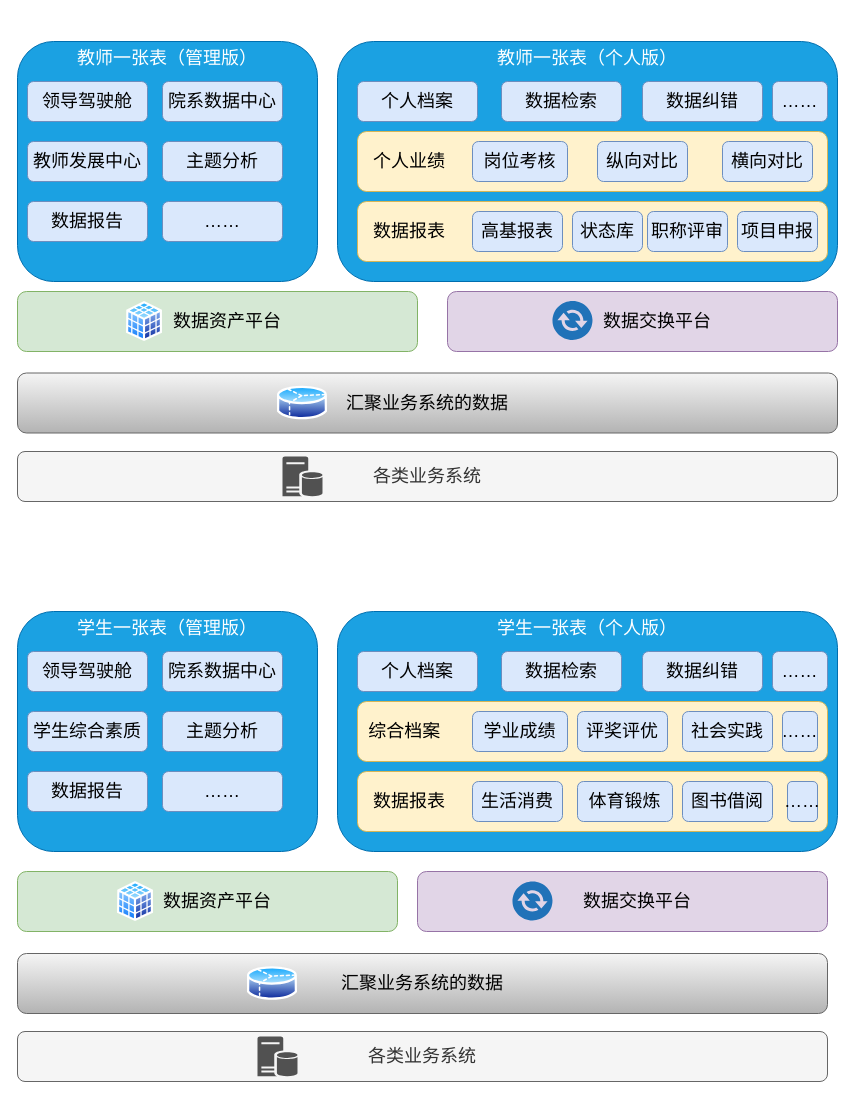
This is 师生一张表.drawio from redcomet88/DRAW, a draw.io file, before an edit. Source tidied: cells renumbered, new cells numbered last; positions are measured from the earlier drawing's top-left corner, leaving out a move shared by most shapes. Both pictures are drawn from the tidied source at 100%, with x=0, y=0 at pixel (17, 41).
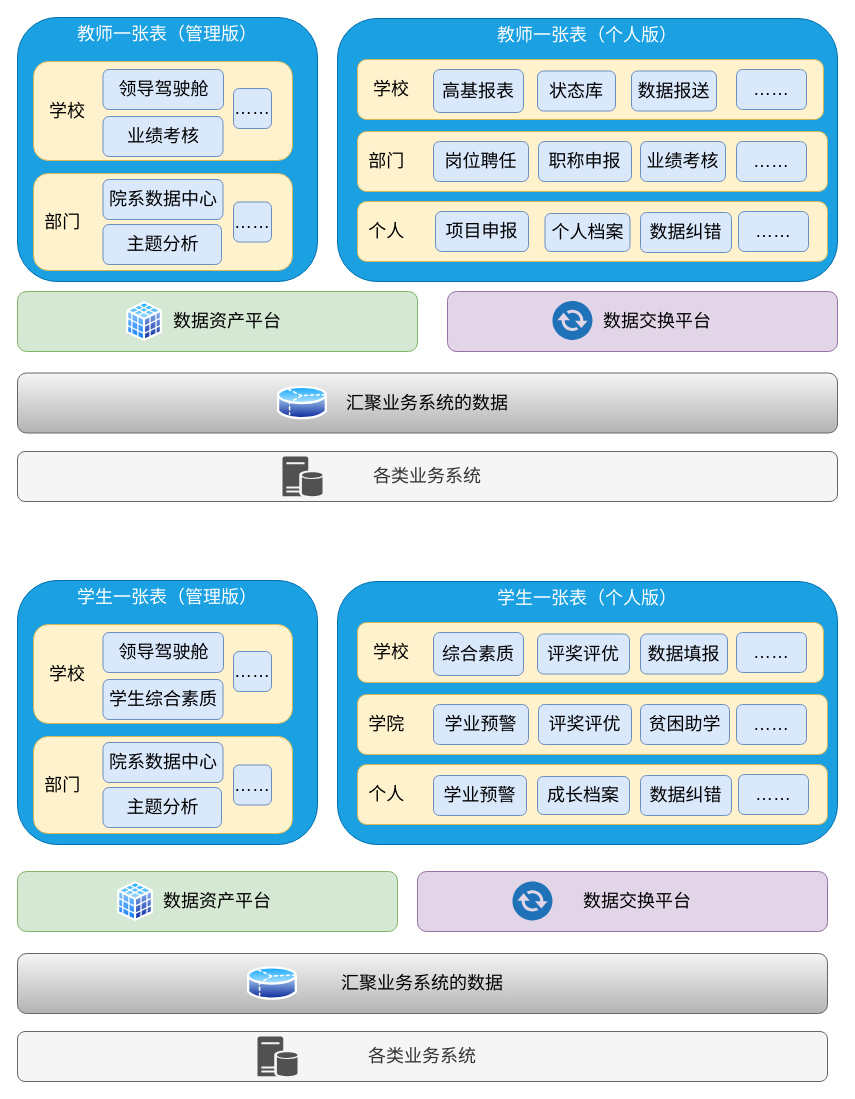
The same diagram, later.

Commit message:
Update 师生一张表.drawio

The edit, as a diff of the source:
```diff
@@
     <mxCell id="6" value="教师一张表（个人版）" style="rounded=1;whiteSpace=wrap;html=1;fillColor=#1ba1e2;strokeColor=#006EAF;fontSize=18;verticalAlign=top;fontColor=#ffffff;" parent="1" vertex="1">
-      <mxGeometry x="320" width="500" height="240" as="geometry" />
+      <mxGeometry x="320" y="-23" width="500" height="263" as="geometry" />
     </mxCell>
@@
-    <mxCell id="9" value="数据纠错" style="rounded=1;whiteSpace=wrap;html=1;fontSize=18;fillColor=#dae8fc;strokeColor=#6c8ebf;" parent="1" vertex="1">
-      <mxGeometry x="625" y="40" width="120" height="40" as="geometry" />
-    </mxCell>
@@
-    <mxCell id="12" value="个人档案" style="rounded=1;whiteSpace=wrap;html=1;fontSize=18;fillColor=#dae8fc;strokeColor=#6c8ebf;" parent="1" vertex="1">
-      <mxGeometry x="340" y="40" width="120" height="40" as="geometry" />
-    </mxCell>
-    <mxCell id="13" value="数据检索" style="rounded=1;whiteSpace=wrap;html=1;fontSize=18;fillColor=#dae8fc;strokeColor=#6c8ebf;" parent="1" vertex="1">
-      <mxGeometry x="484" y="40" width="120" height="40" as="geometry" />
-    </mxCell>
@@
     <mxCell id="22" value="教师一张表（管理版）" style="rounded=1;whiteSpace=wrap;html=1;fillColor=#1ba1e2;strokeColor=#006EAF;fontSize=18;verticalAlign=top;fontColor=#ffffff;" parent="1" vertex="1">
-      <mxGeometry width="300" height="240" as="geometry" />
+      <mxGeometry y="-24" width="300" height="264" as="geometry" />
     </mxCell>
-    <mxCell id="23" value="&lt;font face=&quot;Georgia&quot;&gt;&amp;nbsp; &amp;nbsp;数据报表&lt;/font&gt;" style="rounded=1;whiteSpace=wrap;html=1;fontSize=18;align=left;fillColor=#fff2cc;strokeColor=#d6b656;" parent="1" vertex="1">
+    <mxCell id="23" value="&lt;font face=&quot;Georgia&quot;&gt;&amp;nbsp; 个人&lt;/font&gt;" style="rounded=1;whiteSpace=wrap;html=1;fontSize=18;align=left;fillColor=#fff2cc;strokeColor=#d6b656;" parent="1" vertex="1">
       <mxGeometry x="340" y="160" width="470" height="60" as="geometry" />
     </mxCell>
-    <mxCell id="24" value="高基报表" style="rounded=1;whiteSpace=wrap;html=1;fontSize=18;fillColor=#dae8fc;strokeColor=#6c8ebf;" parent="1" vertex="1">
-      <mxGeometry x="455" y="170" width="90" height="40" as="geometry" />
-    </mxCell>
-    <mxCell id="25" value="状态库" style="rounded=1;whiteSpace=wrap;html=1;fontSize=18;fillColor=#dae8fc;strokeColor=#6c8ebf;" parent="1" vertex="1">
-      <mxGeometry x="555" y="170" width="70" height="40" as="geometry" />
-    </mxCell>
-    <mxCell id="26" value="职称评审" style="rounded=1;whiteSpace=wrap;html=1;fontSize=18;fillColor=#dae8fc;strokeColor=#6c8ebf;" parent="1" vertex="1">
-      <mxGeometry x="630" y="170" width="80" height="40" as="geometry" />
-    </mxCell>
     <mxCell id="27" value="项目申报" style="rounded=1;whiteSpace=wrap;html=1;fontSize=18;fillColor=#dae8fc;strokeColor=#6c8ebf;" parent="1" vertex="1">
-      <mxGeometry x="720" y="170" width="80" height="40" as="geometry" />
+      <mxGeometry x="418" y="170" width="93" height="40" as="geometry" />
     </mxCell>
-    <mxCell id="28" value="&lt;font face=&quot;Georgia&quot;&gt;&amp;nbsp; &amp;nbsp;个人业绩&lt;/font&gt;" style="rounded=1;whiteSpace=wrap;html=1;fontSize=18;align=left;fillColor=#fff2cc;strokeColor=#d6b656;" parent="1" vertex="1">
+    <mxCell id="28" value="&lt;font face=&quot;Georgia&quot;&gt;&amp;nbsp; 部门&lt;/font&gt;" style="rounded=1;whiteSpace=wrap;html=1;fontSize=18;align=left;fillColor=#fff2cc;strokeColor=#d6b656;" parent="1" vertex="1">
       <mxGeometry x="340" y="90" width="470" height="60" as="geometry" />
     </mxCell>
-    <mxCell id="29" value="岗位考核" style="rounded=1;whiteSpace=wrap;html=1;fontSize=18;fillColor=#dae8fc;strokeColor=#6c8ebf;" parent="1" vertex="1">
-      <mxGeometry x="455" y="100" width="95" height="40" as="geometry" />
+    <mxCell id="29" value="岗位聘任" style="rounded=1;whiteSpace=wrap;html=1;fontSize=18;fillColor=#dae8fc;strokeColor=#6c8ebf;" parent="1" vertex="1">
+      <mxGeometry x="416" y="100" width="95" height="40" as="geometry" />
     </mxCell>
-    <mxCell id="30" value="纵向对比" style="rounded=1;whiteSpace=wrap;html=1;fontSize=18;fillColor=#dae8fc;strokeColor=#6c8ebf;" parent="1" vertex="1">
-      <mxGeometry x="580" y="100" width="90" height="40" as="geometry" />
-    </mxCell>
-    <mxCell id="31" value="横向对比" style="rounded=1;whiteSpace=wrap;html=1;fontSize=18;fillColor=#dae8fc;strokeColor=#6c8ebf;" parent="1" vertex="1">
-      <mxGeometry x="705" y="100" width="90" height="40" as="geometry" />
-    </mxCell>
-    <mxCell id="32" value="……" style="rounded=1;whiteSpace=wrap;html=1;fontSize=18;fillColor=#dae8fc;strokeColor=#6c8ebf;" parent="1" vertex="1">
-      <mxGeometry x="755" y="40" width="55" height="40" as="geometry" />
-    </mxCell>
-    <mxCell id="33" value="领导驾驶舱" style="rounded=1;whiteSpace=wrap;html=1;fontSize=18;fillColor=#dae8fc;strokeColor=#6c8ebf;" parent="1" vertex="1">
-      <mxGeometry x="10" y="40" width="120" height="40" as="geometry" />
-    </mxCell>
-    <mxCell id="34" value="院系数据中心" style="rounded=1;whiteSpace=wrap;html=1;fontSize=18;fillColor=#dae8fc;strokeColor=#6c8ebf;" parent="1" vertex="1">
-      <mxGeometry x="145" y="40" width="120" height="40" as="geometry" />
-    </mxCell>
-    <mxCell id="35" value="教师发展中心" style="rounded=1;whiteSpace=wrap;html=1;fontSize=18;fillColor=#dae8fc;strokeColor=#6c8ebf;" parent="1" vertex="1">
-      <mxGeometry x="10" y="100" width="120" height="40" as="geometry" />
-    </mxCell>
-    <mxCell id="36" value="主题分析" style="rounded=1;whiteSpace=wrap;html=1;fontSize=18;fillColor=#dae8fc;strokeColor=#6c8ebf;" parent="1" vertex="1">
-      <mxGeometry x="145" y="100" width="120" height="40" as="geometry" />
-    </mxCell>
-    <mxCell id="37" value="数据报告" style="rounded=1;whiteSpace=wrap;html=1;fontSize=18;fillColor=#dae8fc;strokeColor=#6c8ebf;" parent="1" vertex="1">
-      <mxGeometry x="10" y="160" width="120" height="40" as="geometry" />
-    </mxCell>
-    <mxCell id="38" value="……" style="rounded=1;whiteSpace=wrap;html=1;fontSize=18;fillColor=#dae8fc;strokeColor=#6c8ebf;" parent="1" vertex="1">
-      <mxGeometry x="145" y="160" width="120" height="40" as="geometry" />
-    </mxCell>
+    <mxCell id="61" value="&lt;font face=&quot;Georgia&quot;&gt;&amp;nbsp; &amp;nbsp;学校&lt;/font&gt;" style="rounded=1;whiteSpace=wrap;html=1;fontSize=18;align=left;fillColor=#fff2cc;strokeColor=#d6b656;" parent="1" vertex="1">
+      <mxGeometry x="340" y="18" width="466" height="60" as="geometry" />
+    </mxCell>
+    <mxCell id="62" value="&lt;font face=&quot;Georgia&quot;&gt;&amp;nbsp; &amp;nbsp;学校&lt;/font&gt;" style="rounded=1;whiteSpace=wrap;html=1;fontSize=18;align=left;fillColor=#fff2cc;strokeColor=#d6b656;" parent="1" vertex="1">
+      <mxGeometry x="16" y="20" width="259" height="99" as="geometry" />
+    </mxCell>
+    <mxCell id="63" value="&lt;font face=&quot;Georgia&quot;&gt;&amp;nbsp; 部门&lt;/font&gt;" style="rounded=1;whiteSpace=wrap;html=1;fontSize=18;align=left;fillColor=#fff2cc;strokeColor=#d6b656;" parent="1" vertex="1">
+      <mxGeometry x="16" y="132" width="259" height="97" as="geometry" />
+    </mxCell>
+    <mxCell id="24" value="高基报表" style="rounded=1;whiteSpace=wrap;html=1;fontSize=18;fillColor=#dae8fc;strokeColor=#6c8ebf;" parent="1" vertex="1">
+      <mxGeometry x="416" y="28" width="90" height="43" as="geometry" />
+    </mxCell>
+    <mxCell id="25" value="状态库" style="rounded=1;whiteSpace=wrap;html=1;fontSize=18;fillColor=#dae8fc;strokeColor=#6c8ebf;" parent="1" vertex="1">
+      <mxGeometry x="520" y="29.5" width="78" height="40" as="geometry" />
+    </mxCell>
+    <mxCell id="64" value="数据报送" style="rounded=1;whiteSpace=wrap;html=1;fontSize=18;fillColor=#dae8fc;strokeColor=#6c8ebf;" parent="1" vertex="1">
+      <mxGeometry x="614" y="29.5" width="85" height="40" as="geometry" />
+    </mxCell>
+    <mxCell id="65" value="个人档案" style="rounded=1;whiteSpace=wrap;html=1;fontSize=18;fillColor=#dae8fc;strokeColor=#6c8ebf;" parent="1" vertex="1">
+      <mxGeometry x="527.5" y="172" width="85" height="38" as="geometry" />
+    </mxCell>
+    <mxCell id="66" value="院系数据中心" style="rounded=1;whiteSpace=wrap;html=1;fontSize=18;fillColor=#dae8fc;strokeColor=#6c8ebf;" parent="1" vertex="1">
+      <mxGeometry x="85.5" y="138" width="120" height="40" as="geometry" />
+    </mxCell>
+    <mxCell id="67" value="职称申报" style="rounded=1;whiteSpace=wrap;html=1;fontSize=18;fillColor=#dae8fc;strokeColor=#6c8ebf;" parent="1" vertex="1">
+      <mxGeometry x="521" y="100" width="93" height="40" as="geometry" />
+    </mxCell>
+    <mxCell id="68" value="数据纠错" style="rounded=1;whiteSpace=wrap;html=1;fontSize=18;fillColor=#dae8fc;strokeColor=#6c8ebf;" parent="1" vertex="1">
+      <mxGeometry x="623" y="171" width="91" height="40" as="geometry" />
+    </mxCell>
+    <mxCell id="69" value="业绩考核" style="rounded=1;whiteSpace=wrap;html=1;fontSize=18;fillColor=#dae8fc;strokeColor=#6c8ebf;" parent="1" vertex="1">
+      <mxGeometry x="623" y="100" width="85" height="40" as="geometry" />
+    </mxCell>
+    <mxCell id="70" value="……" style="rounded=1;whiteSpace=wrap;html=1;fontSize=18;fillColor=#dae8fc;strokeColor=#6c8ebf;" parent="1" vertex="1">
+      <mxGeometry x="719" y="28" width="70" height="40" as="geometry" />
+    </mxCell>
+    <mxCell id="71" value="……" style="rounded=1;whiteSpace=wrap;html=1;fontSize=18;fillColor=#dae8fc;strokeColor=#6c8ebf;" parent="1" vertex="1">
+      <mxGeometry x="719" y="100" width="70" height="40" as="geometry" />
+    </mxCell>
+    <mxCell id="72" value="……" style="rounded=1;whiteSpace=wrap;html=1;fontSize=18;fillColor=#dae8fc;strokeColor=#6c8ebf;" parent="1" vertex="1">
+      <mxGeometry x="721" y="170" width="70" height="40" as="geometry" />
+    </mxCell>
+    <mxCell id="73" value="领导驾驶舱" style="rounded=1;whiteSpace=wrap;html=1;fontSize=18;fillColor=#dae8fc;strokeColor=#6c8ebf;" parent="1" vertex="1">
+      <mxGeometry x="85.5" y="28" width="120.5" height="40" as="geometry" />
+    </mxCell>
+    <mxCell id="74" value="业绩考核" style="rounded=1;whiteSpace=wrap;html=1;fontSize=18;fillColor=#dae8fc;strokeColor=#6c8ebf;" parent="1" vertex="1">
+      <mxGeometry x="85.5" y="75" width="120" height="40" as="geometry" />
+    </mxCell>
+    <mxCell id="75" value="主题分析" style="rounded=1;whiteSpace=wrap;html=1;fontSize=18;fillColor=#dae8fc;strokeColor=#6c8ebf;" parent="1" vertex="1">
+      <mxGeometry x="85.5" y="183" width="118.5" height="40" as="geometry" />
+    </mxCell>
+    <mxCell id="76" value="……" style="rounded=1;whiteSpace=wrap;html=1;fontSize=18;fillColor=#dae8fc;strokeColor=#6c8ebf;" parent="1" vertex="1">
+      <mxGeometry x="216" y="160.5" width="38" height="40" as="geometry" />
+    </mxCell>
+    <mxCell id="77" value="……" style="rounded=1;whiteSpace=wrap;html=1;fontSize=18;fillColor=#dae8fc;strokeColor=#6c8ebf;" parent="1" vertex="1">
+      <mxGeometry x="216" y="47" width="38" height="40" as="geometry" />
+    </mxCell>
+    <mxCell id="46" value="学生一张表（个人版）" style="rounded=1;whiteSpace=wrap;html=1;fillColor=#1ba1e2;strokeColor=#006EAF;fontSize=18;verticalAlign=top;fontColor=#ffffff;" parent="1" vertex="1">
+      <mxGeometry x="320" y="540" width="500" height="263" as="geometry" />
+    </mxCell>
     <mxCell id="39" value="学生一张表（管理版）" style="rounded=1;whiteSpace=wrap;html=1;fillColor=#1ba1e2;strokeColor=#006EAF;fontSize=18;verticalAlign=top;fontColor=#ffffff;" parent="1" vertex="1">
-      <mxGeometry y="570" width="300" height="240" as="geometry" />
+      <mxGeometry y="539" width="300" height="264" as="geometry" />
     </mxCell>
-    <mxCell id="40" value="领导驾驶舱" style="rounded=1;whiteSpace=wrap;html=1;fontSize=18;fillColor=#dae8fc;strokeColor=#6c8ebf;" parent="1" vertex="1">
-      <mxGeometry x="10" y="610" width="120" height="40" as="geometry" />
-    </mxCell>
-    <mxCell id="41" value="院系数据中心" style="rounded=1;whiteSpace=wrap;html=1;fontSize=18;fillColor=#dae8fc;strokeColor=#6c8ebf;" parent="1" vertex="1">
-      <mxGeometry x="145" y="610" width="120" height="40" as="geometry" />
-    </mxCell>
+    <mxCell id="78" value="&lt;font face=&quot;Georgia&quot;&gt;&amp;nbsp; 个人&lt;/font&gt;" style="rounded=1;whiteSpace=wrap;html=1;fontSize=18;align=left;fillColor=#fff2cc;strokeColor=#d6b656;" parent="1" vertex="1">
+      <mxGeometry x="340" y="723" width="470" height="60" as="geometry" />
+    </mxCell>
+    <mxCell id="79" value="学业预警" style="rounded=1;whiteSpace=wrap;html=1;fontSize=18;fillColor=#dae8fc;strokeColor=#6c8ebf;" parent="1" vertex="1">
+      <mxGeometry x="416" y="734" width="93" height="40" as="geometry" />
+    </mxCell>
+    <mxCell id="80" value="&lt;font face=&quot;Georgia&quot;&gt;&amp;nbsp; 学院&lt;/font&gt;" style="rounded=1;whiteSpace=wrap;html=1;fontSize=18;align=left;fillColor=#fff2cc;strokeColor=#d6b656;" parent="1" vertex="1">
+      <mxGeometry x="340" y="653" width="470" height="60" as="geometry" />
+    </mxCell>
+    <mxCell id="81" value="学业预警" style="rounded=1;whiteSpace=wrap;html=1;fontSize=18;fillColor=#dae8fc;strokeColor=#6c8ebf;" parent="1" vertex="1">
+      <mxGeometry x="416" y="663" width="95" height="40" as="geometry" />
+    </mxCell>
+    <mxCell id="82" value="&lt;font face=&quot;Georgia&quot;&gt;&amp;nbsp; &amp;nbsp;学校&lt;/font&gt;" style="rounded=1;whiteSpace=wrap;html=1;fontSize=18;align=left;fillColor=#fff2cc;strokeColor=#d6b656;" parent="1" vertex="1">
+      <mxGeometry x="340" y="581" width="466" height="60" as="geometry" />
+    </mxCell>
+    <mxCell id="83" value="&lt;font face=&quot;Georgia&quot;&gt;&amp;nbsp; &amp;nbsp;学校&lt;/font&gt;" style="rounded=1;whiteSpace=wrap;html=1;fontSize=18;align=left;fillColor=#fff2cc;strokeColor=#d6b656;" parent="1" vertex="1">
+      <mxGeometry x="16" y="583" width="259" height="99" as="geometry" />
+    </mxCell>
+    <mxCell id="84" value="&lt;font face=&quot;Georgia&quot;&gt;&amp;nbsp; 部门&lt;/font&gt;" style="rounded=1;whiteSpace=wrap;html=1;fontSize=18;align=left;fillColor=#fff2cc;strokeColor=#d6b656;" parent="1" vertex="1">
+      <mxGeometry x="16" y="695" width="259" height="97" as="geometry" />
+    </mxCell>
+    <mxCell id="85" value="综合素质" style="rounded=1;whiteSpace=wrap;html=1;fontSize=18;fillColor=#dae8fc;strokeColor=#6c8ebf;" parent="1" vertex="1">
+      <mxGeometry x="416" y="591" width="90" height="43" as="geometry" />
+    </mxCell>
+    <mxCell id="86" value="评奖评优" style="rounded=1;whiteSpace=wrap;html=1;fontSize=18;fillColor=#dae8fc;strokeColor=#6c8ebf;" parent="1" vertex="1">
+      <mxGeometry x="520" y="592.5" width="92" height="40" as="geometry" />
+    </mxCell>
+    <mxCell id="87" value="数据填报" style="rounded=1;whiteSpace=wrap;html=1;fontSize=18;fillColor=#dae8fc;strokeColor=#6c8ebf;" parent="1" vertex="1">
+      <mxGeometry x="623" y="592.5" width="87" height="40" as="geometry" />
+    </mxCell>
+    <mxCell id="88" value="成长档案" style="rounded=1;whiteSpace=wrap;html=1;fontSize=18;fillColor=#dae8fc;strokeColor=#6c8ebf;" parent="1" vertex="1">
+      <mxGeometry x="520" y="735" width="92" height="38" as="geometry" />
+    </mxCell>
+    <mxCell id="89" value="院系数据中心" style="rounded=1;whiteSpace=wrap;html=1;fontSize=18;fillColor=#dae8fc;strokeColor=#6c8ebf;" parent="1" vertex="1">
+      <mxGeometry x="85.5" y="701" width="120" height="40" as="geometry" />
+    </mxCell>
+    <mxCell id="90" value="评奖评优" style="rounded=1;whiteSpace=wrap;html=1;fontSize=18;fillColor=#dae8fc;strokeColor=#6c8ebf;" parent="1" vertex="1">
+      <mxGeometry x="521" y="663" width="93" height="40" as="geometry" />
+    </mxCell>
+    <mxCell id="91" value="数据纠错" style="rounded=1;whiteSpace=wrap;html=1;fontSize=18;fillColor=#dae8fc;strokeColor=#6c8ebf;" parent="1" vertex="1">
+      <mxGeometry x="623" y="734" width="91" height="40" as="geometry" />
+    </mxCell>
+    <mxCell id="92" value="贫困助学" style="rounded=1;whiteSpace=wrap;html=1;fontSize=18;fillColor=#dae8fc;strokeColor=#6c8ebf;" parent="1" vertex="1">
+      <mxGeometry x="623" y="663" width="89" height="40" as="geometry" />
+    </mxCell>
+    <mxCell id="93" value="……" style="rounded=1;whiteSpace=wrap;html=1;fontSize=18;fillColor=#dae8fc;strokeColor=#6c8ebf;" parent="1" vertex="1">
+      <mxGeometry x="719" y="591" width="70" height="40" as="geometry" />
+    </mxCell>
+    <mxCell id="94" value="……" style="rounded=1;whiteSpace=wrap;html=1;fontSize=18;fillColor=#dae8fc;strokeColor=#6c8ebf;" parent="1" vertex="1">
+      <mxGeometry x="719" y="663" width="70" height="40" as="geometry" />
+    </mxCell>
+    <mxCell id="95" value="……" style="rounded=1;whiteSpace=wrap;html=1;fontSize=18;fillColor=#dae8fc;strokeColor=#6c8ebf;" parent="1" vertex="1">
+      <mxGeometry x="721" y="733" width="70" height="40" as="geometry" />
+    </mxCell>
+    <mxCell id="96" value="领导驾驶舱" style="rounded=1;whiteSpace=wrap;html=1;fontSize=18;fillColor=#dae8fc;strokeColor=#6c8ebf;" parent="1" vertex="1">
+      <mxGeometry x="85.5" y="591" width="120.5" height="40" as="geometry" />
+    </mxCell>
     <mxCell id="42" value="学生综合素质" style="rounded=1;whiteSpace=wrap;html=1;fontSize=18;fillColor=#dae8fc;strokeColor=#6c8ebf;" parent="1" vertex="1">
-      <mxGeometry x="10" y="670" width="120" height="40" as="geometry" />
+      <mxGeometry x="85.5" y="638" width="120" height="40" as="geometry" />
     </mxCell>
-    <mxCell id="43" value="主题分析" style="rounded=1;whiteSpace=wrap;html=1;fontSize=18;fillColor=#dae8fc;strokeColor=#6c8ebf;" parent="1" vertex="1">
-      <mxGeometry x="145" y="670" width="120" height="40" as="geometry" />
-    </mxCell>
-    <mxCell id="44" value="数据报告" style="rounded=1;whiteSpace=wrap;html=1;fontSize=18;fillColor=#dae8fc;strokeColor=#6c8ebf;" parent="1" vertex="1">
-      <mxGeometry x="10" y="730" width="120" height="40" as="geometry" />
-    </mxCell>
-    <mxCell id="45" value="……" style="rounded=1;whiteSpace=wrap;html=1;fontSize=18;fillColor=#dae8fc;strokeColor=#6c8ebf;" parent="1" vertex="1">
-      <mxGeometry x="145" y="730" width="120" height="40" as="geometry" />
-    </mxCell>
-    <mxCell id="46" value="学生一张表（个人版）" style="rounded=1;whiteSpace=wrap;html=1;fillColor=#1ba1e2;strokeColor=#006EAF;fontSize=18;verticalAlign=top;fontColor=#ffffff;" parent="1" vertex="1">
-      <mxGeometry x="320" y="570" width="500" height="240" as="geometry" />
-    </mxCell>
-    <mxCell id="47" value="数据纠错" style="rounded=1;whiteSpace=wrap;html=1;fontSize=18;fillColor=#dae8fc;strokeColor=#6c8ebf;" parent="1" vertex="1">
-      <mxGeometry x="625" y="610" width="120" height="40" as="geometry" />
-    </mxCell>
-    <mxCell id="48" value="个人档案" style="rounded=1;whiteSpace=wrap;html=1;fontSize=18;fillColor=#dae8fc;strokeColor=#6c8ebf;" parent="1" vertex="1">
-      <mxGeometry x="340" y="610" width="120" height="40" as="geometry" />
-    </mxCell>
-    <mxCell id="49" value="数据检索" style="rounded=1;whiteSpace=wrap;html=1;fontSize=18;fillColor=#dae8fc;strokeColor=#6c8ebf;" parent="1" vertex="1">
-      <mxGeometry x="484" y="610" width="120" height="40" as="geometry" />
-    </mxCell>
-    <mxCell id="50" value="&lt;font face=&quot;Georgia&quot;&gt;&amp;nbsp; &amp;nbsp;数据报表&lt;/font&gt;" style="rounded=1;whiteSpace=wrap;html=1;fontSize=18;align=left;fillColor=#fff2cc;strokeColor=#d6b656;" parent="1" vertex="1">
-      <mxGeometry x="340" y="730" width="470" height="60" as="geometry" />
-    </mxCell>
-    <mxCell id="51" value="生活消费" style="rounded=1;whiteSpace=wrap;html=1;fontSize=18;fillColor=#dae8fc;strokeColor=#6c8ebf;" parent="1" vertex="1">
-      <mxGeometry x="455" y="740" width="90" height="40" as="geometry" />
-    </mxCell>
-    <mxCell id="52" value="体育锻炼" style="rounded=1;whiteSpace=wrap;html=1;fontSize=18;fillColor=#dae8fc;strokeColor=#6c8ebf;" parent="1" vertex="1">
-      <mxGeometry x="560" y="740" width="95" height="40" as="geometry" />
-    </mxCell>
-    <mxCell id="53" value="图书借阅" style="rounded=1;whiteSpace=wrap;html=1;fontSize=18;fillColor=#dae8fc;strokeColor=#6c8ebf;" parent="1" vertex="1">
-      <mxGeometry x="665" y="740" width="90" height="40" as="geometry" />
-    </mxCell>
-    <mxCell id="54" value="……" style="rounded=1;whiteSpace=wrap;html=1;fontSize=18;fillColor=#dae8fc;strokeColor=#6c8ebf;" parent="1" vertex="1">
-      <mxGeometry x="770" y="740" width="30" height="40" as="geometry" />
-    </mxCell>
-    <mxCell id="55" value="&lt;font face=&quot;Georgia&quot;&gt;&amp;nbsp; 综合档案&lt;/font&gt;" style="rounded=1;whiteSpace=wrap;html=1;fontSize=18;align=left;fillColor=#fff2cc;strokeColor=#d6b656;" parent="1" vertex="1">
-      <mxGeometry x="340" y="660" width="470" height="60" as="geometry" />
-    </mxCell>
-    <mxCell id="56" value="学业成绩" style="rounded=1;whiteSpace=wrap;html=1;fontSize=18;fillColor=#dae8fc;strokeColor=#6c8ebf;" parent="1" vertex="1">
-      <mxGeometry x="455" y="670" width="95" height="40" as="geometry" />
-    </mxCell>
-    <mxCell id="57" value="评奖评优" style="rounded=1;whiteSpace=wrap;html=1;fontSize=18;fillColor=#dae8fc;strokeColor=#6c8ebf;" parent="1" vertex="1">
-      <mxGeometry x="560" y="670" width="90" height="40" as="geometry" />
-    </mxCell>
-    <mxCell id="58" value="社会实践" style="rounded=1;whiteSpace=wrap;html=1;fontSize=18;fillColor=#dae8fc;strokeColor=#6c8ebf;" parent="1" vertex="1">
-      <mxGeometry x="665" y="670" width="90" height="40" as="geometry" />
-    </mxCell>
-    <mxCell id="59" value="……" style="rounded=1;whiteSpace=wrap;html=1;fontSize=18;fillColor=#dae8fc;strokeColor=#6c8ebf;" parent="1" vertex="1">
-      <mxGeometry x="755" y="610" width="55" height="40" as="geometry" />
-    </mxCell>
-    <mxCell id="60" value="……" style="rounded=1;whiteSpace=wrap;html=1;fontSize=18;fillColor=#dae8fc;strokeColor=#6c8ebf;" parent="1" vertex="1">
-      <mxGeometry x="765" y="670" width="35" height="40" as="geometry" />
-    </mxCell>
+    <mxCell id="97" value="主题分析" style="rounded=1;whiteSpace=wrap;html=1;fontSize=18;fillColor=#dae8fc;strokeColor=#6c8ebf;" parent="1" vertex="1">
+      <mxGeometry x="85.5" y="746" width="118.5" height="40" as="geometry" />
+    </mxCell>
+    <mxCell id="98" value="……" style="rounded=1;whiteSpace=wrap;html=1;fontSize=18;fillColor=#dae8fc;strokeColor=#6c8ebf;" parent="1" vertex="1">
+      <mxGeometry x="216" y="723.5" width="38" height="40" as="geometry" />
+    </mxCell>
+    <mxCell id="99" value="……" style="rounded=1;whiteSpace=wrap;html=1;fontSize=18;fillColor=#dae8fc;strokeColor=#6c8ebf;" parent="1" vertex="1">
+      <mxGeometry x="216" y="610" width="38" height="40" as="geometry" />
+    </mxCell>
```
